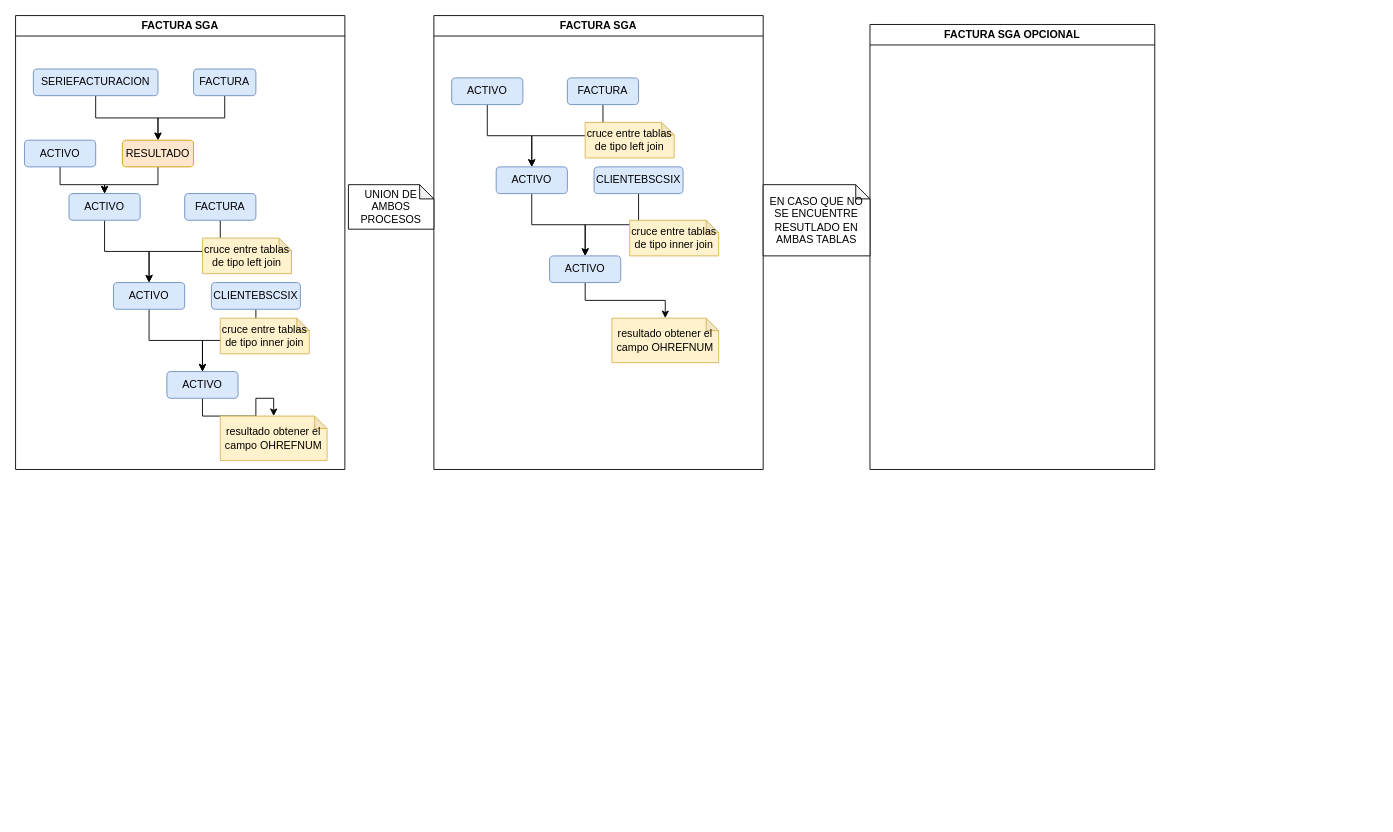
Above: factura-sags.drawio in carlsromec/procesos-diagramas (draw.io), before the change. Source tidied: cells renumbered, new cells numbered last; positions are measured from the earlier drawing's top-left corner, leaving out a move shared by most shapes. Both pictures are drawn from the tidied source at 89%, with x=0, y=0 at pixel (15, 15).
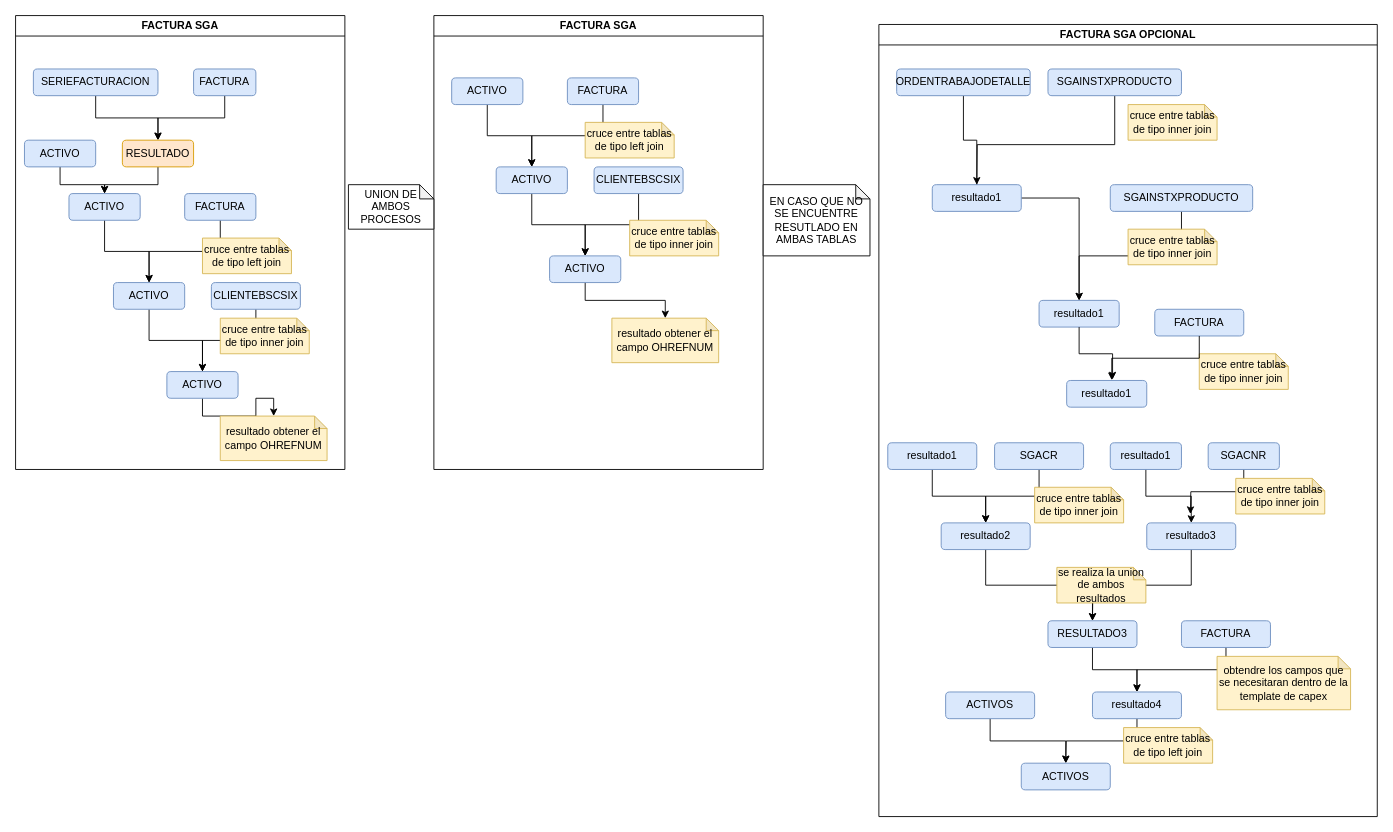
After the change.

The edit, as a diff of the source:
```diff
@@
     <mxCell id="38" value="FACTURA SGA OPCIONAL" style="swimlane;whiteSpace=wrap;html=1;startSize=23;" parent="1" vertex="1">
-      <mxGeometry x="960" y="10" width="320" height="500" as="geometry" />
+      <mxGeometry x="970" y="10" width="560" height="890" as="geometry" />
     </mxCell>
+    <mxCell id="41" style="edgeStyle=orthogonalEdgeStyle;rounded=0;jettySize=auto;html=1;exitX=0.5;exitY=1;exitDx=0;exitDy=0;" parent="38" edge="1" source="42" target="46">
+      <mxGeometry relative="1" as="geometry" />
+    </mxCell>
+    <mxCell id="42" value="ORDENTRABAJODETALLE" style="rounded=1;whiteSpace=wrap;html=1;fillColor=#dae8fc;strokeColor=#6c8ebf;" parent="38" vertex="1">
+      <mxGeometry x="20" y="50" width="150" height="30" as="geometry" />
+    </mxCell>
+    <mxCell id="43" style="edgeStyle=orthogonalEdgeStyle;rounded=0;jettySize=auto;html=1;exitX=0.5;exitY=1;exitDx=0;exitDy=0;" parent="38" edge="1" source="44">
+      <mxGeometry relative="1" as="geometry">
+        <mxPoint x="110" y="190" as="targetPoint" />
+      </mxGeometry>
+    </mxCell>
+    <mxCell id="44" value="SGAINSTXPRODUCTO" style="rounded=1;whiteSpace=wrap;html=1;fillColor=#dae8fc;strokeColor=#6c8ebf;" parent="38" vertex="1">
+      <mxGeometry x="190" y="50" width="150" height="30" as="geometry" />
+    </mxCell>
+    <mxCell id="45" style="edgeStyle=orthogonalEdgeStyle;rounded=0;jettySize=auto;html=1;entryX=0.5;entryY=0;entryDx=0;entryDy=0;" parent="38" edge="1" source="46" target="50">
+      <mxGeometry relative="1" as="geometry" />
+    </mxCell>
+    <mxCell id="46" value="resultado1" style="rounded=1;whiteSpace=wrap;html=1;fillColor=#dae8fc;strokeColor=#6c8ebf;" parent="38" vertex="1">
+      <mxGeometry x="60" y="180" width="100" height="30" as="geometry" />
+    </mxCell>
+    <mxCell id="47" value="cruce entre tablas de tipo inner join" style="shape=note;whiteSpace=wrap;html=1;backgroundOutline=1;darkOpacity=0.05;size=14;fillColor=#fff2cc;strokeColor=#d6b656;" parent="38" vertex="1">
+      <mxGeometry x="280" y="90" width="100" height="40" as="geometry" />
+    </mxCell>
+    <mxCell id="48" style="edgeStyle=orthogonalEdgeStyle;rounded=0;jettySize=auto;html=1;" parent="38" edge="1" source="49" target="50">
+      <mxGeometry relative="1" as="geometry" />
+    </mxCell>
+    <mxCell id="49" value="SGAINSTXPRODUCTO" style="rounded=1;whiteSpace=wrap;html=1;fillColor=#dae8fc;strokeColor=#6c8ebf;" parent="38" vertex="1">
+      <mxGeometry x="260" y="180" width="160" height="30" as="geometry" />
+    </mxCell>
+    <mxCell id="50" value="resultado1" style="rounded=1;whiteSpace=wrap;html=1;fillColor=#dae8fc;strokeColor=#6c8ebf;" parent="38" vertex="1">
+      <mxGeometry x="180" y="310" width="90" height="30" as="geometry" />
+    </mxCell>
+    <mxCell id="51" value="cruce entre tablas de tipo inner join" style="shape=note;whiteSpace=wrap;html=1;backgroundOutline=1;darkOpacity=0.05;size=14;fillColor=#fff2cc;strokeColor=#d6b656;" parent="38" vertex="1">
+      <mxGeometry x="280" y="230" width="100" height="40" as="geometry" />
+    </mxCell>
+    <mxCell id="52" value="FACTURA" style="rounded=1;whiteSpace=wrap;html=1;fillColor=#dae8fc;strokeColor=#6c8ebf;" parent="38" vertex="1">
+      <mxGeometry x="310" y="320" width="100" height="30" as="geometry" />
+    </mxCell>
+    <mxCell id="53" value="resultado1" style="rounded=1;whiteSpace=wrap;html=1;fillColor=#dae8fc;strokeColor=#6c8ebf;" parent="38" vertex="1">
+      <mxGeometry x="211" y="400" width="90" height="30" as="geometry" />
+    </mxCell>
+    <mxCell id="54" value="cruce entre tablas de tipo inner join" style="shape=note;whiteSpace=wrap;html=1;backgroundOutline=1;darkOpacity=0.05;size=14;fillColor=#fff2cc;strokeColor=#d6b656;" parent="38" vertex="1">
+      <mxGeometry x="360" y="370" width="100" height="40" as="geometry" />
+    </mxCell>
+    <mxCell id="55" style="edgeStyle=orthogonalEdgeStyle;rounded=0;jettySize=auto;html=1;entryX=0.573;entryY=-0.04;entryDx=0;entryDy=0;entryPerimeter=0;" parent="38" edge="1" source="50" target="53">
+      <mxGeometry relative="1" as="geometry" />
+    </mxCell>
+    <mxCell id="56" style="edgeStyle=orthogonalEdgeStyle;rounded=0;jettySize=auto;html=1;exitX=0.5;exitY=1;exitDx=0;exitDy=0;entryX=0.563;entryY=-0.013;entryDx=0;entryDy=0;entryPerimeter=0;" parent="38" edge="1" source="52" target="53">
+      <mxGeometry relative="1" as="geometry" />
+    </mxCell>
+    <mxCell id="57" style="edgeStyle=orthogonalEdgeStyle;rounded=0;jettySize=auto;html=1;exitX=0.5;exitY=1;exitDx=0;exitDy=0;entryX=0.5;entryY=0;entryDx=0;entryDy=0;" parent="38" edge="1" source="58" target="66">
+      <mxGeometry relative="1" as="geometry" />
+    </mxCell>
+    <mxCell id="58" value="resultado1" style="rounded=1;whiteSpace=wrap;html=1;fillColor=#dae8fc;strokeColor=#6c8ebf;" parent="38" vertex="1">
+      <mxGeometry x="10" y="470" width="100" height="30" as="geometry" />
+    </mxCell>
+    <mxCell id="59" style="edgeStyle=orthogonalEdgeStyle;rounded=0;jettySize=auto;html=1;exitX=0.5;exitY=1;exitDx=0;exitDy=0;entryX=0.5;entryY=0;entryDx=0;entryDy=0;" parent="38" edge="1" source="60" target="66">
+      <mxGeometry relative="1" as="geometry" />
+    </mxCell>
+    <mxCell id="60" value="SGACR" style="rounded=1;whiteSpace=wrap;html=1;fillColor=#dae8fc;strokeColor=#6c8ebf;" parent="38" vertex="1">
+      <mxGeometry x="130" y="470" width="100" height="30" as="geometry" />
+    </mxCell>
+    <mxCell id="61" style="edgeStyle=orthogonalEdgeStyle;rounded=0;jettySize=auto;html=1;exitX=0.5;exitY=1;exitDx=0;exitDy=0;" parent="38" edge="1" source="62">
+      <mxGeometry relative="1" as="geometry">
+        <mxPoint x="350" y="550" as="targetPoint" />
+      </mxGeometry>
+    </mxCell>
+    <mxCell id="62" value="SGACNR" style="rounded=1;whiteSpace=wrap;html=1;fillColor=#dae8fc;strokeColor=#6c8ebf;" parent="38" vertex="1">
+      <mxGeometry x="370" y="470" width="80" height="30" as="geometry" />
+    </mxCell>
+    <mxCell id="63" style="edgeStyle=orthogonalEdgeStyle;rounded=0;jettySize=auto;html=1;exitX=0.5;exitY=1;exitDx=0;exitDy=0;entryX=0.5;entryY=0;entryDx=0;entryDy=0;" parent="38" edge="1" source="64" target="68">
+      <mxGeometry relative="1" as="geometry" />
+    </mxCell>
+    <mxCell id="64" value="resultado1" style="rounded=1;whiteSpace=wrap;html=1;fillColor=#dae8fc;strokeColor=#6c8ebf;" parent="38" vertex="1">
+      <mxGeometry x="260" y="470" width="80" height="30" as="geometry" />
+    </mxCell>
+    <mxCell id="65" style="edgeStyle=orthogonalEdgeStyle;rounded=0;jettySize=auto;html=1;exitX=0.5;exitY=1;exitDx=0;exitDy=0;" parent="38" edge="1" source="66" target="72">
+      <mxGeometry relative="1" as="geometry" />
+    </mxCell>
+    <mxCell id="66" value="resultado2" style="rounded=1;whiteSpace=wrap;html=1;fillColor=#dae8fc;strokeColor=#6c8ebf;" parent="38" vertex="1">
+      <mxGeometry x="70" y="560" width="100" height="30" as="geometry" />
+    </mxCell>
+    <mxCell id="67" style="edgeStyle=orthogonalEdgeStyle;rounded=0;jettySize=auto;html=1;exitX=0.5;exitY=1;exitDx=0;exitDy=0;" parent="38" edge="1" source="68">
+      <mxGeometry relative="1" as="geometry">
+        <mxPoint x="240" y="670" as="targetPoint" />
+      </mxGeometry>
+    </mxCell>
+    <mxCell id="68" value="resultado3" style="rounded=1;whiteSpace=wrap;html=1;fillColor=#dae8fc;strokeColor=#6c8ebf;" parent="38" vertex="1">
+      <mxGeometry x="301" y="560" width="100" height="30" as="geometry" />
+    </mxCell>
+    <mxCell id="69" value="cruce entre tablas de tipo inner join" style="shape=note;whiteSpace=wrap;html=1;backgroundOutline=1;darkOpacity=0.05;size=14;fillColor=#fff2cc;strokeColor=#d6b656;" parent="38" vertex="1">
+      <mxGeometry x="175" y="520" width="100" height="40" as="geometry" />
+    </mxCell>
+    <mxCell id="70" value="cruce entre tablas de tipo inner join" style="shape=note;whiteSpace=wrap;html=1;backgroundOutline=1;darkOpacity=0.05;size=14;fillColor=#fff2cc;strokeColor=#d6b656;" parent="38" vertex="1">
+      <mxGeometry x="401" y="510" width="100" height="40" as="geometry" />
+    </mxCell>
+    <mxCell id="71" style="edgeStyle=orthogonalEdgeStyle;rounded=0;jettySize=auto;html=1;exitX=0.5;exitY=1;exitDx=0;exitDy=0;" parent="38" edge="1" source="72" target="75">
+      <mxGeometry relative="1" as="geometry" />
+    </mxCell>
+    <mxCell id="72" value="RESULTADO3" style="rounded=1;whiteSpace=wrap;html=1;fillColor=#dae8fc;strokeColor=#6c8ebf;" parent="38" vertex="1">
+      <mxGeometry x="190" y="670" width="100" height="30" as="geometry" />
+    </mxCell>
+    <mxCell id="73" value="se realiza la union de ambos resultados" style="shape=note;whiteSpace=wrap;html=1;backgroundOutline=1;darkOpacity=0.05;size=14;fillColor=#fff2cc;strokeColor=#d6b656;" parent="38" vertex="1">
+      <mxGeometry x="200" y="610" width="100" height="40" as="geometry" />
+    </mxCell>
+    <mxCell id="74" style="edgeStyle=orthogonalEdgeStyle;rounded=0;jettySize=auto;html=1;exitX=0.5;exitY=1;exitDx=0;exitDy=0;" parent="38" edge="1" source="75">
+      <mxGeometry relative="1" as="geometry">
+        <mxPoint x="210" y="830" as="targetPoint" />
+      </mxGeometry>
+    </mxCell>
+    <mxCell id="75" value="resultado4" style="rounded=1;whiteSpace=wrap;html=1;fillColor=#dae8fc;strokeColor=#6c8ebf;" parent="38" vertex="1">
+      <mxGeometry x="240" y="750" width="100" height="30" as="geometry" />
+    </mxCell>
+    <mxCell id="76" style="edgeStyle=orthogonalEdgeStyle;rounded=0;jettySize=auto;html=1;exitX=0.5;exitY=1;exitDx=0;exitDy=0;entryX=0.5;entryY=0;entryDx=0;entryDy=0;" parent="38" edge="1" source="77" target="75">
+      <mxGeometry relative="1" as="geometry" />
+    </mxCell>
+    <mxCell id="77" value="FACTURA" style="rounded=1;whiteSpace=wrap;html=1;fillColor=#dae8fc;strokeColor=#6c8ebf;" parent="38" vertex="1">
+      <mxGeometry x="340" y="670" width="100" height="30" as="geometry" />
+    </mxCell>
+    <mxCell id="78" value="obtendre los campos que se necesitaran dentro de la template de capex" style="shape=note;whiteSpace=wrap;html=1;backgroundOutline=1;darkOpacity=0.05;size=14;fillColor=#fff2cc;strokeColor=#d6b656;" parent="38" vertex="1">
+      <mxGeometry x="380" y="710" width="150" height="60" as="geometry" />
+    </mxCell>
+    <mxCell id="79" style="edgeStyle=orthogonalEdgeStyle;rounded=0;jettySize=auto;html=1;entryX=0.5;entryY=0;entryDx=0;entryDy=0;" parent="38" edge="1" source="80" target="81">
+      <mxGeometry relative="1" as="geometry" />
+    </mxCell>
+    <mxCell id="80" value="ACTIVOS" style="rounded=1;whiteSpace=wrap;html=1;fillColor=#dae8fc;strokeColor=#6c8ebf;" parent="38" vertex="1">
+      <mxGeometry x="75" y="750" width="100" height="30" as="geometry" />
+    </mxCell>
+    <mxCell id="81" value="ACTIVOS" style="rounded=1;whiteSpace=wrap;html=1;fillColor=#dae8fc;strokeColor=#6c8ebf;" parent="38" vertex="1">
+      <mxGeometry x="160" y="830" width="100" height="30" as="geometry" />
+    </mxCell>
+    <mxCell id="82" value="cruce entre tablas de tipo left join" style="shape=note;whiteSpace=wrap;html=1;backgroundOutline=1;darkOpacity=0.05;size=14;fillColor=#fff2cc;strokeColor=#d6b656;" parent="38" vertex="1">
+      <mxGeometry x="275" y="790" width="100" height="40" as="geometry" />
+    </mxCell>
```
